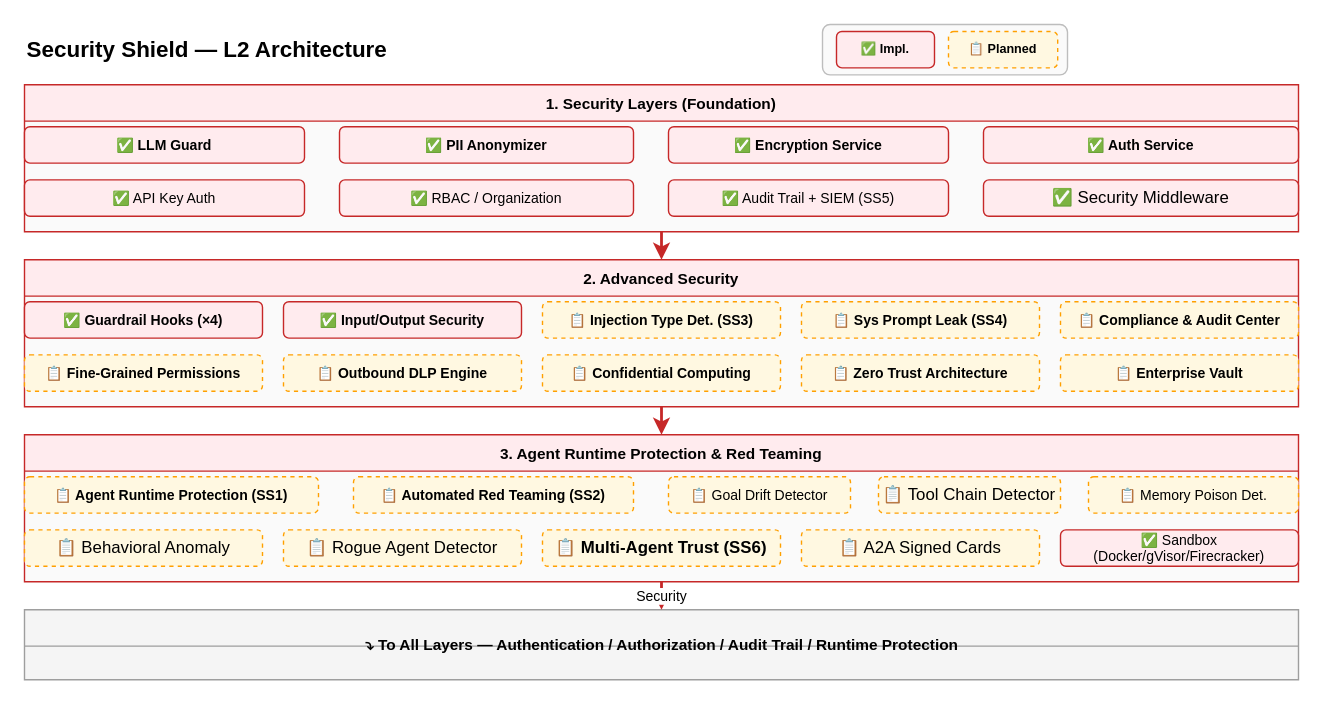
This is docs/design/hardware/security-l2.drawio from xueyufish/hecate, a draw.io file, before an edit. Source tidied: cells renumbered, new cells numbered last; positions are measured from the earlier drawing's top-left corner, leaving out a move shared by most shapes. Both pictures are drawn from the tidied source at 140%, with x=0, y=0 at pixel (24, 24).
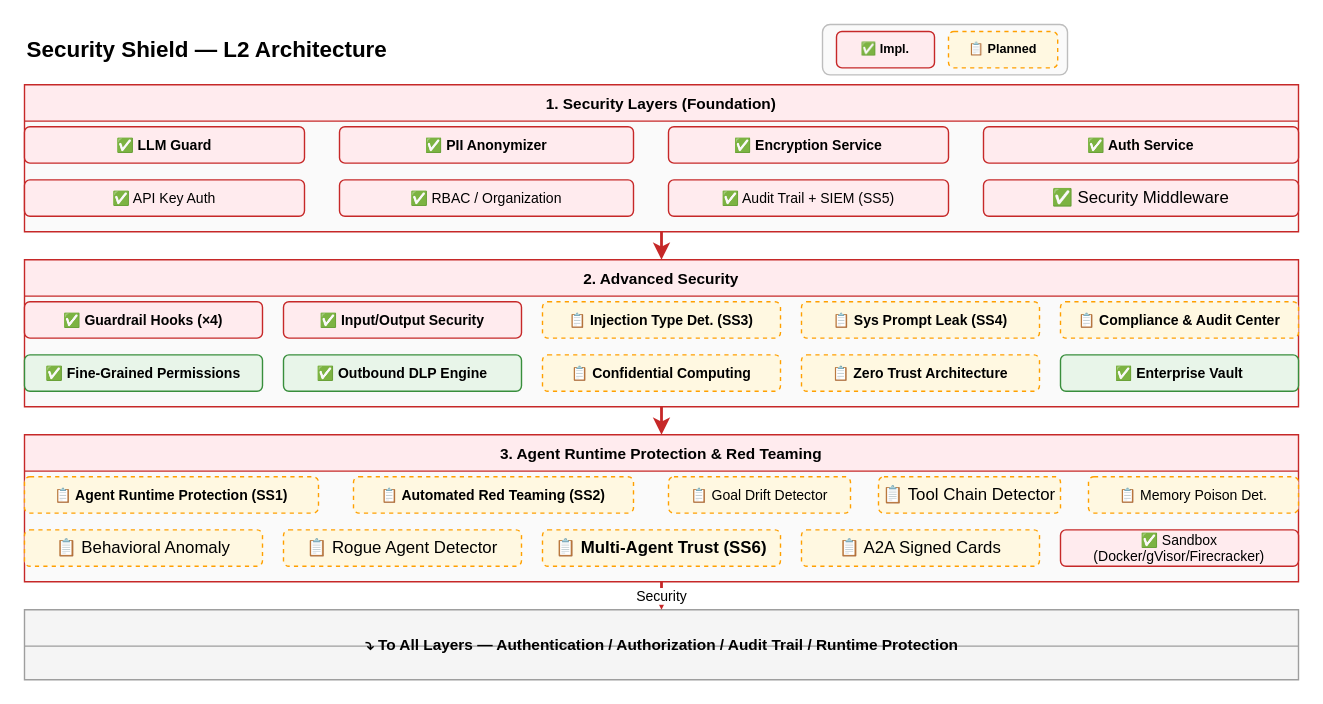
Above is the later version.

Unchanged cells that the change refers to:
```xml
<mxCell id="15" value="2. Advanced Security" style="swimlane;startSize=26;fillColor=#FFEBEE;strokeColor=#C62828;fontSize=11;fontStyle=1;swimlaneFillColor=#FAFAFA;" parent="1" vertex="1">
  <mxGeometry y="168" width="910" height="105" as="geometry" />
</mxCell>
```

Change to the diagram source:
```diff
@@
-    <mxCell id="21" value="📋 Fine-Grained Permissions" style="rounded=1;whiteSpace=wrap;html=1;fillColor=#FFF8E1;strokeColor=#FFA000;fontSize=10;fontStyle=1;dashed=1;" parent="15" vertex="1">
+    <mxCell id="21" value="✅ Fine-Grained Permissions" style="rounded=1;whiteSpace=wrap;html=1;fillColor=#E8F5E9;strokeColor=#388E3C;fontSize=10;fontStyle=1;" parent="15" vertex="1">
       <mxGeometry y="68" width="170" height="26" as="geometry" />
     </mxCell>
-    <mxCell id="22" value="📋 Outbound DLP Engine" style="rounded=1;whiteSpace=wrap;html=1;fillColor=#FFF8E1;strokeColor=#FFA000;fontSize=10;fontStyle=1;dashed=1;" parent="15" vertex="1">
+    <mxCell id="22" value="✅ Outbound DLP Engine" style="rounded=1;whiteSpace=wrap;html=1;fillColor=#E8F5E9;strokeColor=#388E3C;fontSize=10;fontStyle=1;" parent="15" vertex="1">
       <mxGeometry x="185" y="68" width="170" height="26" as="geometry" />
     </mxCell>
@@
-    <mxCell id="25" value="📋 Enterprise Vault" style="rounded=1;whiteSpace=wrap;html=1;fillColor=#FFF8E1;strokeColor=#FFA000;fontSize=10;fontStyle=1;dashed=1;" parent="15" vertex="1">
+    <mxCell id="25" value="✅ Enterprise Vault" style="rounded=1;whiteSpace=wrap;html=1;fillColor=#E8F5E9;strokeColor=#388E3C;fontSize=10;fontStyle=1;" parent="15" vertex="1">
       <mxGeometry x="740" y="68" width="170" height="26" as="geometry" />
     </mxCell>
```
